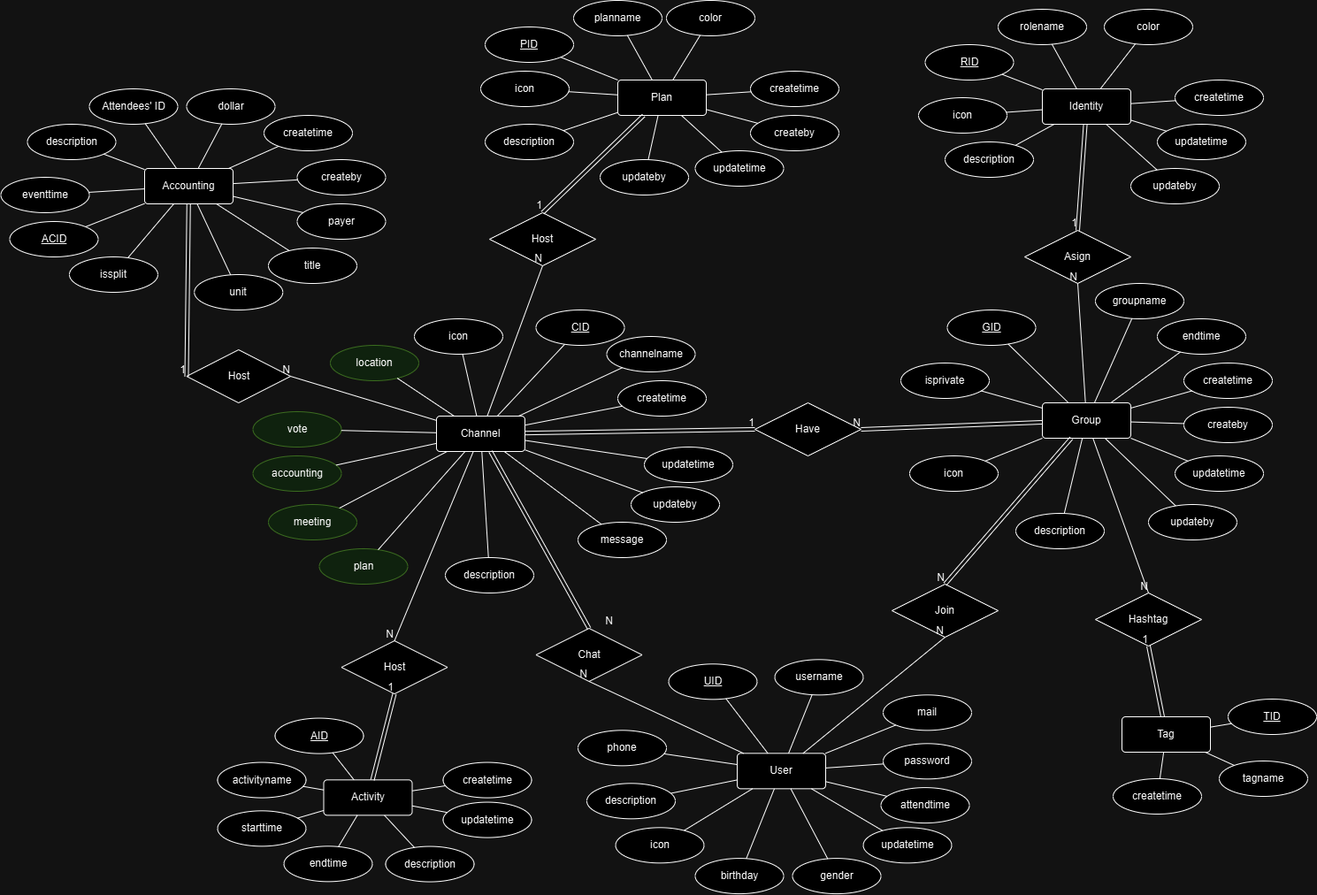
Above: docs/er_graph/model.png in Zhong220/Cloud-Native-Final (draw.io), before the change. Source tidied: cells renumbered, new cells last; positions are measured from the earlier drawing's top-left corner, leaving out a move shared by most shapes.
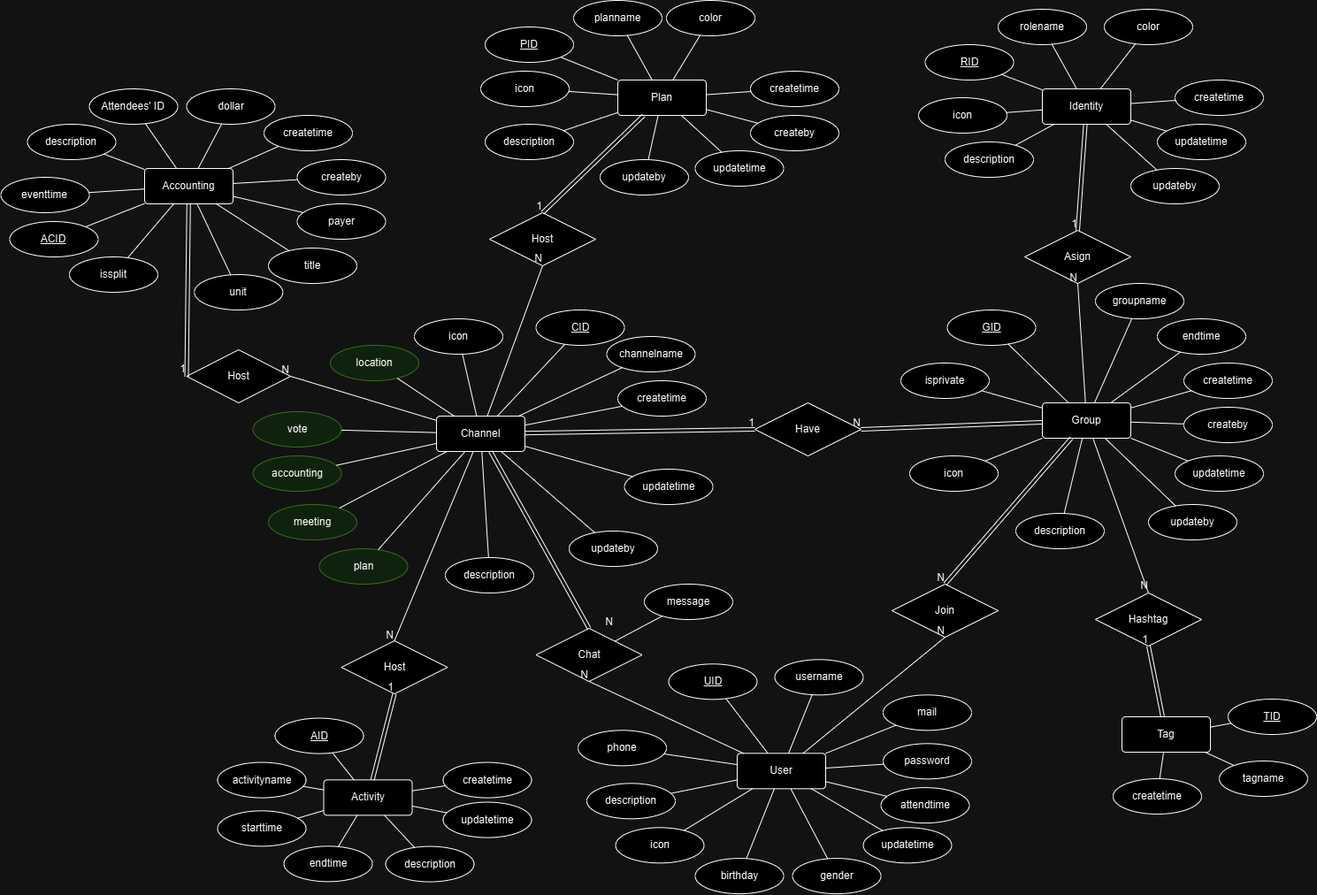
After the change.

What changed in the source:
```diff
@@ -237,21 +237,21 @@
       <mxGeometry relative="1" as="geometry" />
     </mxCell>
     <mxCell id="80" value="updatetime" style="ellipse;whiteSpace=wrap;html=1;align=center;" parent="1" vertex="1">
-      <mxGeometry x="728" y="505" width="100" height="40" as="geometry" />
+      <mxGeometry x="705.5" y="530" width="100" height="40" as="geometry" />
     </mxCell>
     <mxCell id="81" style="endArrow=none;html=1;rounded=0;" parent="1" edge="1" source="69" target="80">
       <mxGeometry relative="1" as="geometry" />
     </mxCell>
     <mxCell id="82" value="updateby" style="ellipse;whiteSpace=wrap;html=1;align=center;" parent="1" vertex="1">
-      <mxGeometry x="713" y="550" width="100" height="40" as="geometry" />
+      <mxGeometry x="643" y="600" width="100" height="40" as="geometry" />
     </mxCell>
     <mxCell id="83" style="endArrow=none;html=1;rounded=0;" parent="1" edge="1" source="69" target="82">
       <mxGeometry relative="1" as="geometry" />
     </mxCell>
     <mxCell id="84" value="message" style="ellipse;whiteSpace=wrap;html=1;align=center;" parent="1" vertex="1">
-      <mxGeometry x="653" y="590" width="100" height="40" as="geometry" />
+      <mxGeometry x="728" y="660" width="100" height="40" as="geometry" />
     </mxCell>
-    <mxCell id="85" style="endArrow=none;html=1;rounded=0;" parent="1" edge="1" source="69" target="84">
+    <mxCell id="85" style="endArrow=none;html=1;rounded=0;" parent="1" edge="1" source="136" target="84">
       <mxGeometry relative="1" as="geometry" />
     </mxCell>
     <mxCell id="86" value="vote" style="ellipse;whiteSpace=wrap;html=1;align=center;fillColor=#d5e8d4;strokeColor=#82b366;" parent="1" vertex="1">
```
